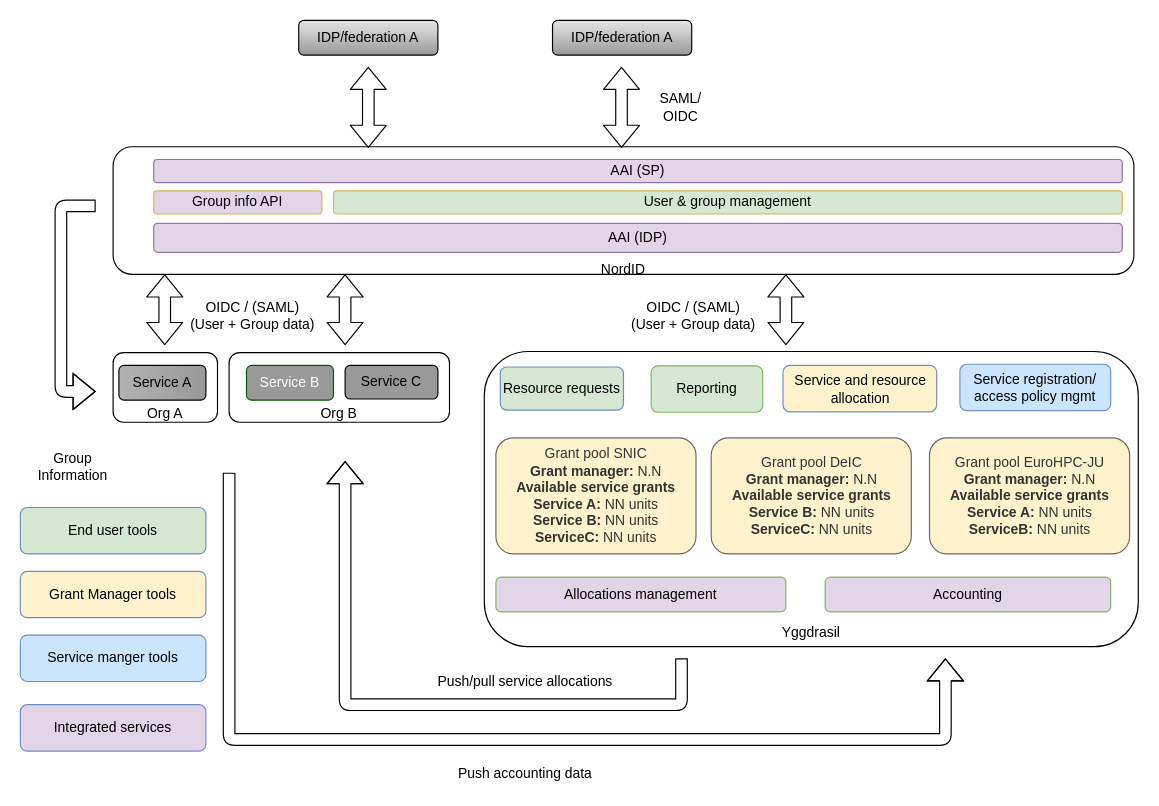
Before: Puhuri-idea3.drawio in khappone/puhuri-ideas, a draw.io diagram. Source tidied: cells renumbered, new cells numbered last; positions are measured from the earlier drawing's top-left corner, leaving out a move shared by most shapes. Both pictures are drawn from the tidied source at 116%, with x=0, y=0 at pixel (20, 20).
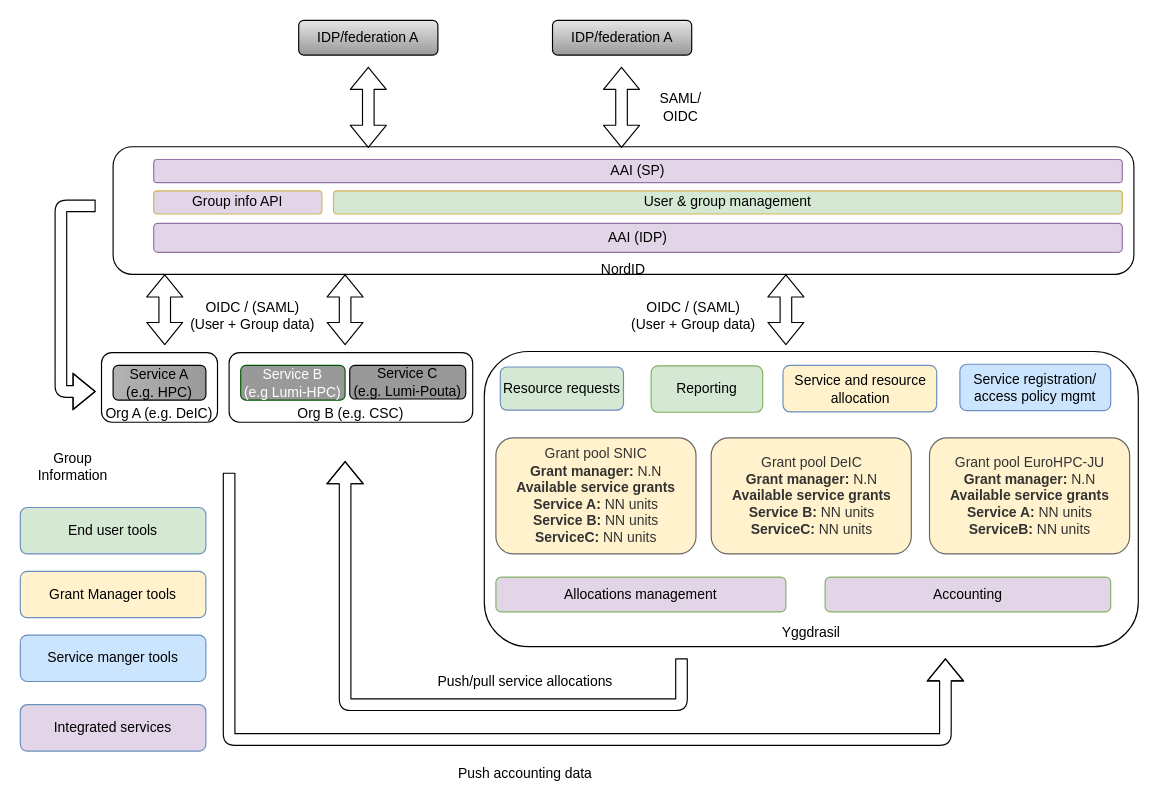
Above is the later version.

Commit message (it also covers changes not shown here):
Clarified orgs/services

Diff of the diagram source:
```diff
@@
-    <mxCell id="4" value="&lt;br&gt;&lt;div&gt;&lt;br&gt;&lt;/div&gt;&lt;div&gt;&lt;br&gt;&lt;/div&gt;&lt;div&gt;Org A&lt;br&gt;&lt;/div&gt;" style="rounded=1;whiteSpace=wrap;html=1;" parent="1" vertex="1">
-      <mxGeometry x="80" y="286.5" width="90" height="60" as="geometry" />
+    <mxCell id="4" value="&lt;br&gt;&lt;div&gt;&lt;br&gt;&lt;/div&gt;&lt;div&gt;&lt;br&gt;&lt;/div&gt;&lt;div&gt;Org A (e.g. DeIC)&lt;br&gt;&lt;/div&gt;" style="rounded=1;whiteSpace=wrap;html=1;" parent="1" vertex="1">
+      <mxGeometry x="70" y="286.5" width="100" height="60" as="geometry" />
     </mxCell>
@@
-    <mxCell id="8" value="Service A" style="rounded=1;whiteSpace=wrap;html=1;gradientColor=#999999;fillColor=#B3B3B3;gradientDirection=east;" parent="1" vertex="1">
-      <mxGeometry x="85" y="297.5" width="75" height="30" as="geometry" />
+    <mxCell id="8" value="&lt;div&gt;Service A&lt;/div&gt;&lt;div&gt;(e.g. HPC)&lt;br&gt;&lt;/div&gt;" style="rounded=1;whiteSpace=wrap;html=1;gradientColor=#999999;fillColor=#B3B3B3;gradientDirection=east;" parent="1" vertex="1">
+      <mxGeometry x="80" y="297.5" width="80" height="30" as="geometry" />
     </mxCell>
-    <mxCell id="9" value="&lt;br&gt;&lt;div&gt;&lt;br&gt;&lt;/div&gt;&lt;div&gt;&lt;br&gt;&lt;/div&gt;&lt;div&gt;Org B&lt;br&gt;&lt;/div&gt;" style="rounded=1;whiteSpace=wrap;html=1;" parent="1" vertex="1">
-      <mxGeometry x="180" y="286.5" width="190" height="60" as="geometry" />
+    <mxCell id="9" value="&lt;br&gt;&lt;div&gt;&lt;br&gt;&lt;/div&gt;&lt;div&gt;&lt;br&gt;&lt;/div&gt;&lt;div&gt;Org B (e.g. CSC)&lt;br&gt;&lt;/div&gt;" style="rounded=1;whiteSpace=wrap;html=1;" parent="1" vertex="1">
+      <mxGeometry x="180" y="286.5" width="210" height="60" as="geometry" />
     </mxCell>
-    <mxCell id="10" value="Service B" style="rounded=1;whiteSpace=wrap;html=1;fillColor=#999999;strokeColor=#005700;fontColor=#ffffff;" parent="1" vertex="1">
-      <mxGeometry x="195" y="297.5" width="75" height="30" as="geometry" />
+    <mxCell id="10" value="&lt;div&gt;Service B&lt;br&gt;&lt;/div&gt;(e.g Lumi-HPC)" style="rounded=1;whiteSpace=wrap;html=1;fillColor=#999999;strokeColor=#005700;fontColor=#ffffff;" parent="1" vertex="1">
+      <mxGeometry x="190" y="297.5" width="90" height="30" as="geometry" />
     </mxCell>
-    <mxCell id="11" value="Service C" style="rounded=1;whiteSpace=wrap;html=1;fillColor=#999999;" parent="1" vertex="1">
-      <mxGeometry x="280" y="297.5" width="80" height="29" as="geometry" />
+    <mxCell id="11" value="&lt;div&gt;Service C&lt;/div&gt;(e.g. Lumi-Pouta)" style="rounded=1;whiteSpace=wrap;html=1;fillColor=#999999;" parent="1" vertex="1">
+      <mxGeometry x="284" y="297.5" width="100" height="29" as="geometry" />
     </mxCell>
```
